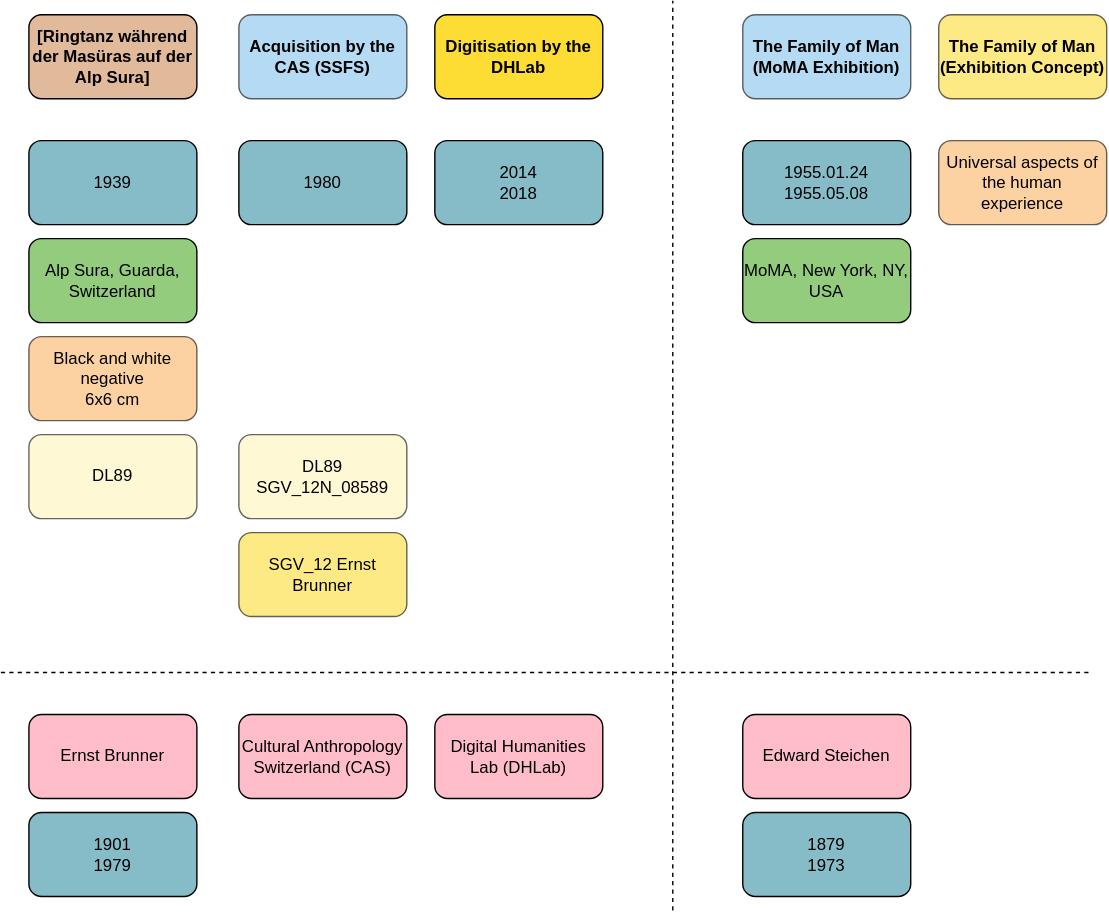
The draw.io diagram assets/ringtanz.drawio.svg in julsraemy/prezi, before a commit. Source tidied: cells renumbered, new cells last; positions are measured from the earlier drawing's top-left corner, leaving out a move shared by most shapes.
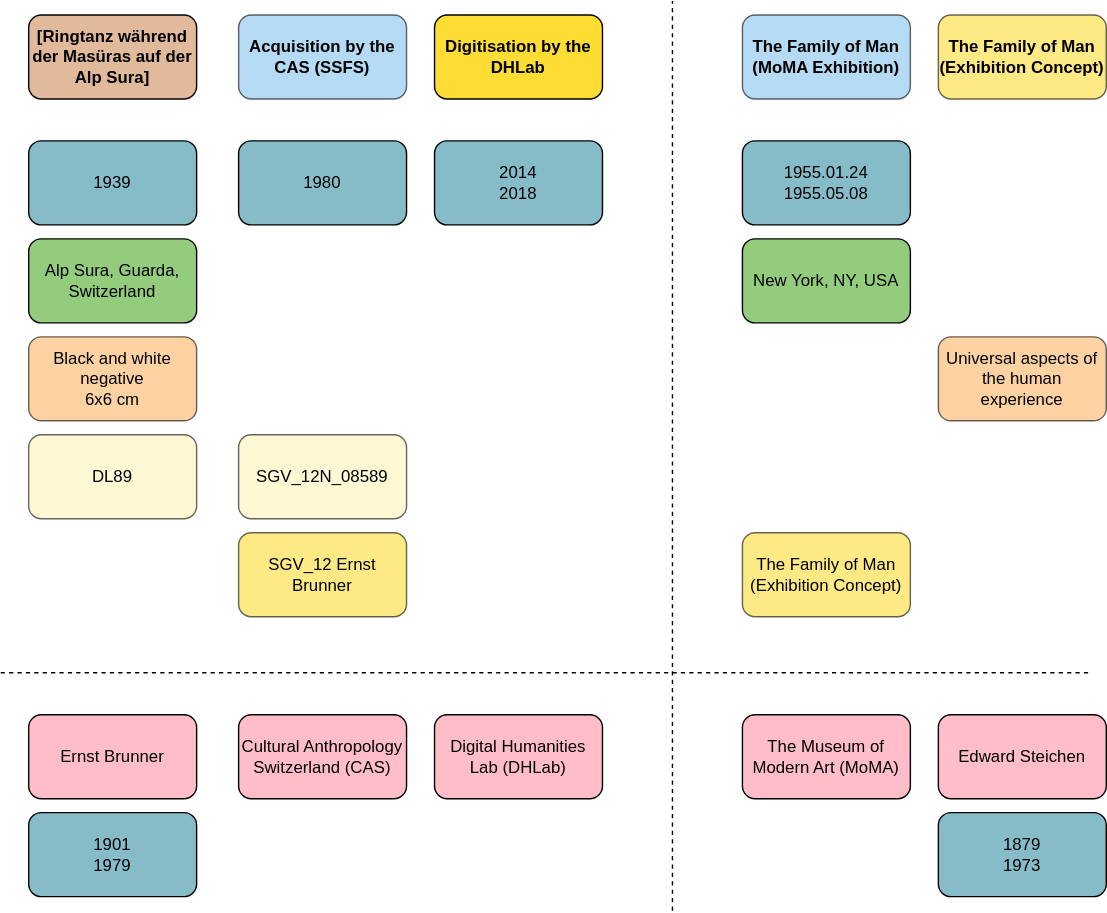
After the change.

Commit message:
amend diagram

The edit, as a diff of the source:
```diff
@@ -17,14 +17,14 @@
     <mxCell id="6" value="Ernst Brunner" style="rounded=1;whiteSpace=wrap;html=1;fillColor=#ffbdca;" parent="1" vertex="1">
       <mxGeometry x="20" y="510" width="120" height="60" as="geometry" />
     </mxCell>
-    <mxCell id="7" value="MoMA, New York, NY, USA" style="rounded=1;whiteSpace=wrap;html=1;fillColor=#94cc7d;" parent="1" vertex="1">
+    <mxCell id="7" value="New York, NY, USA" style="rounded=1;whiteSpace=wrap;html=1;fillColor=#94cc7d;" parent="1" vertex="1">
       <mxGeometry x="530" y="170" width="120" height="60" as="geometry" />
     </mxCell>
     <mxCell id="8" value="1955.01.24 1955.05.08" style="rounded=1;whiteSpace=wrap;html=1;fillColor=#86bcc8;" parent="1" vertex="1">
       <mxGeometry x="530" y="100" width="120" height="60" as="geometry" />
     </mxCell>
     <mxCell id="9" value="Edward Steichen" style="rounded=1;whiteSpace=wrap;html=1;fillColor=#ffbdca;" parent="1" vertex="1">
-      <mxGeometry x="530" y="510" width="120" height="60" as="geometry" />
+      <mxGeometry x="670" y="510" width="120" height="60" as="geometry" />
     </mxCell>
     <mxCell id="10" value="SGV_12 Ernst Brunner" style="rounded=1;whiteSpace=wrap;html=1;fillColor=#fddc34;fontFamily=Helvetica;fontSize=12;opacity=60;" parent="1" vertex="1">
       <mxGeometry x="170" y="380" width="120" height="60" as="geometry" />
@@ -33,7 +33,7 @@
       <mxGeometry x="670" y="10" width="120" height="60" as="geometry" />
     </mxCell>
     <mxCell id="12" value="Universal aspects of the human experience" style="rounded=1;whiteSpace=wrap;html=1;fillColor=#fab565;fontFamily=Helvetica;fontSize=12;opacity=60;" parent="1" vertex="1">
-      <mxGeometry x="670" y="100" width="120" height="60" as="geometry" />
+      <mxGeometry x="670" y="240" width="120" height="60" as="geometry" />
     </mxCell>
     <mxCell id="13" value="Acquisition by the CAS (SSFS)" style="rounded=1;whiteSpace=wrap;html=1;fillColor=#82c3ec;fontFamily=Helvetica;fontSize=12;opacity=60;fontStyle=1;" parent="1" vertex="1">
       <mxGeometry x="170" y="10" width="120" height="60" as="geometry" />
@@ -51,7 +51,7 @@
       <mxGeometry x="20" y="310" width="120" height="60" as="geometry" />
     </mxCell>
     <mxCell id="18" value="1879&lt;br&gt;1973" style="rounded=1;whiteSpace=wrap;html=1;fillColor=#86bcc8;" parent="1" vertex="1">
-      <mxGeometry x="530" y="580" width="120" height="60" as="geometry" />
+      <mxGeometry x="670" y="580" width="120" height="60" as="geometry" />
     </mxCell>
     <mxCell id="19" value="Black and white negative&lt;br&gt;6x6 cm" style="rounded=1;whiteSpace=wrap;html=1;fillColor=#fab565;fontFamily=Helvetica;fontSize=12;opacity=60;" parent="1" vertex="1">
       <mxGeometry x="20" y="240" width="120" height="60" as="geometry" />
@@ -62,7 +62,7 @@
         <mxPoint x="780" y="480" as="targetPoint" />
       </mxGeometry>
     </mxCell>
-    <mxCell id="21" value="DL89&lt;br&gt;SGV_12N_08589" style="rounded=1;whiteSpace=wrap;html=1;fillColor=#fef3ba;fontFamily=Helvetica;fontSize=12;opacity=60;" parent="1" vertex="1">
+    <mxCell id="21" value="SGV_12N_08589" style="rounded=1;whiteSpace=wrap;html=1;fillColor=#fef3ba;fontFamily=Helvetica;fontSize=12;opacity=60;" parent="1" vertex="1">
       <mxGeometry x="170" y="310" width="120" height="60" as="geometry" />
     </mxCell>
     <mxCell id="22" value="&lt;b&gt;Digitisation by the DHLab&lt;/b&gt;" style="rounded=1;whiteSpace=wrap;html=1;fillColor=#fddc34;" parent="1" vertex="1">
@@ -80,5 +80,11 @@
         <mxPoint x="480" as="targetPoint" />
       </mxGeometry>
     </mxCell>
+    <mxCell id="26" value="The Family of Man (Exhibition Concept)" style="rounded=1;whiteSpace=wrap;html=1;fillColor=#fddc34;fontFamily=Helvetica;fontSize=12;opacity=60;fontStyle=0;" parent="1" vertex="1">
+      <mxGeometry x="530" y="380" width="120" height="60" as="geometry" />
+    </mxCell>
+    <mxCell id="27" value="The Museum of Modern Art (MoMA)" style="rounded=1;whiteSpace=wrap;html=1;fillColor=#ffbdca;" parent="1" vertex="1">
+      <mxGeometry x="530" y="510" width="120" height="60" as="geometry" />
+    </mxCell>
   </root>
 </mxGraphModel>
```
